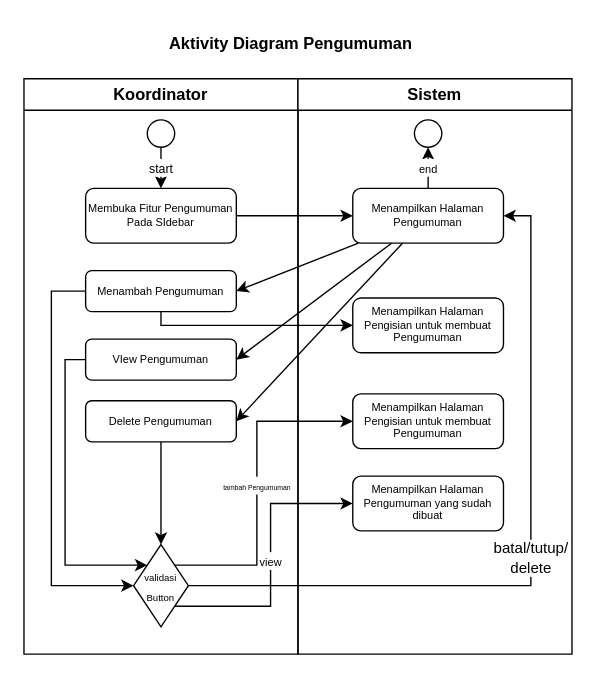
Earlier version of the draw.io diagram Website Bimbingan Online/Activity Diagram/aktifitas Diagram-pengumuman.drawio (BagusCPaste/draw.io). Source tidied: cells renumbered, new cells numbered last; positions are measured from the earlier drawing's top-left corner, leaving out a move shared by most shapes. Both pictures are drawn from the tidied source at 137%, with x=0, y=0 at pixel (23, 23).
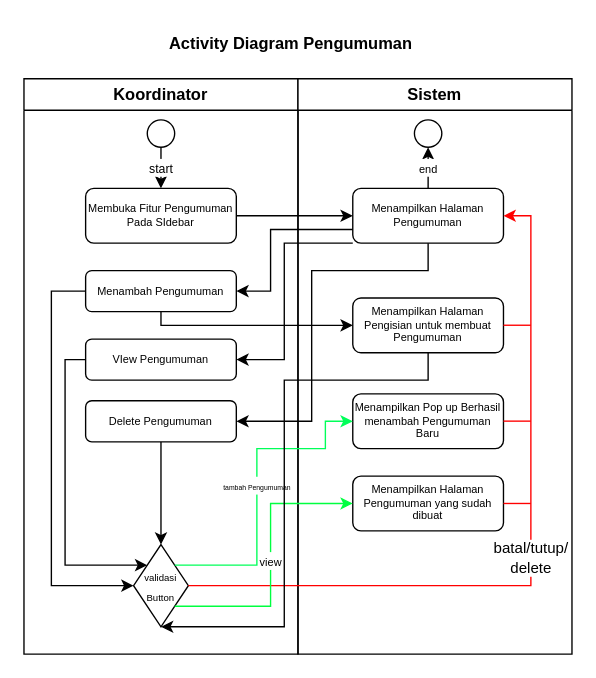
Above is the later version.

Unchanged cells that the change refers to:
```xml
<mxCell id="7" value="Menambah Pengumuman" style="rounded=1;whiteSpace=wrap;html=1;fontSize=8;" parent="2" vertex="1">
  <mxGeometry x="45" y="140" width="110" height="30" as="geometry" />
</mxCell>
<mxCell id="9" value="VIew Pengumuman" style="rounded=1;whiteSpace=wrap;html=1;fontSize=8;" parent="2" vertex="1">
  <mxGeometry x="45" y="190" width="110" height="30" as="geometry" />
</mxCell>
<mxCell id="11" value="Delete Pengumuman" style="rounded=1;whiteSpace=wrap;html=1;fontSize=8;" parent="2" vertex="1">
  <mxGeometry x="45" y="235" width="110" height="30" as="geometry" />
</mxCell>
<mxCell id="12" value="&lt;font style=&quot;font-size: 7px;&quot;&gt;validasi Button&lt;/font&gt;" style="rhombus;whiteSpace=wrap;html=1;" parent="2" vertex="1">
  <mxGeometry x="80" y="340" width="40" height="60" as="geometry" />
</mxCell>
<mxCell id="13" value="Sistem" style="swimlane;whiteSpace=wrap;html=1;" parent="1" vertex="1">
  <mxGeometry x="200" y="40" width="200" height="420" as="geometry" />
</mxCell>
<mxCell id="15" value="Menampilkan Halaman Pengumuman" style="rounded=1;whiteSpace=wrap;html=1;fontSize=8;" parent="13" vertex="1">
  <mxGeometry x="40" y="80" width="110" height="40" as="geometry" />
</mxCell>
<mxCell id="16" value="Menampilkan Halaman Pengisian untuk membuat Pengumuman" style="rounded=1;whiteSpace=wrap;html=1;fontSize=8;" parent="13" vertex="1">
  <mxGeometry x="40" y="160" width="110" height="40" as="geometry" />
</mxCell>
<mxCell id="18" value="Menampilkan Halaman Pengumuman yang sudah dibuat" style="rounded=1;whiteSpace=wrap;html=1;fontSize=8;" parent="13" vertex="1">
  <mxGeometry x="40" y="290" width="110" height="40" as="geometry" />
</mxCell>
```

The edit, as a diff of the source:
```diff
@@
-    <mxCell id="17" value="Menampilkan Halaman Pengisian untuk membuat Pengumuman" style="rounded=1;whiteSpace=wrap;html=1;fontSize=8;" parent="13" vertex="1">
+    <mxCell id="17" value="Menampilkan Pop up Berhasil menambah Pengumuman Baru" style="rounded=1;whiteSpace=wrap;html=1;fontSize=8;" parent="13" vertex="1">
       <mxGeometry x="40" y="230" width="110" height="40" as="geometry" />
     </mxCell>
@@
-    <mxCell id="19" value="batal/tutup/&lt;br&gt;delete" style="rounded=0;jettySize=auto;html=1;edgeStyle=orthogonalEdgeStyle;entryX=1;entryY=0.5;entryDx=0;entryDy=0;" parent="13" edge="1" target="15">
+    <mxCell id="19" value="batal/tutup/&lt;br&gt;delete" style="rounded=0;jettySize=auto;html=1;edgeStyle=orthogonalEdgeStyle;entryX=1;entryY=0.5;entryDx=0;entryDy=0;strokeColor=#ff0000;" parent="13" edge="1" target="15">
       <mxGeometry relative="1" as="geometry">
         <mxPoint x="-80" y="370" as="sourcePoint" />
         <Array as="points">
           <mxPoint x="170" y="370" />
           <mxPoint x="170" y="100" />
         </Array>
       </mxGeometry>
     </mxCell>
@@
+    <mxCell id="29" style="endArrow=none;html=1;rounded=0;strokeColor=#ff0000;" parent="13" edge="1" source="18">
+      <mxGeometry relative="1" as="geometry">
+        <mxPoint x="170" y="310" as="targetPoint" />
+      </mxGeometry>
+    </mxCell>
+    <mxCell id="30" style="endArrow=none;html=1;rounded=0;strokeColor=#ff0000;" parent="13" edge="1">
+      <mxGeometry relative="1" as="geometry">
+        <mxPoint x="150" y="249.9" as="sourcePoint" />
+        <mxPoint x="170" y="249.9" as="targetPoint" />
+      </mxGeometry>
+    </mxCell>
+    <mxCell id="31" style="endArrow=none;html=1;rounded=0;strokeColor=#ff0000;" parent="13" edge="1">
+      <mxGeometry relative="1" as="geometry">
+        <mxPoint x="150" y="179.9" as="sourcePoint" />
+        <mxPoint x="170" y="179.9" as="targetPoint" />
+      </mxGeometry>
+    </mxCell>
-    <mxCell id="21" value="&lt;b&gt;Aktivity Diagram Pengumuman&lt;/b&gt;" style="text;html=1;align=center;verticalAlign=middle;whiteSpace=wrap;rounded=0;" parent="1" vertex="1">
+    <mxCell id="21" value="&lt;b&gt;Activity Diagram Pengumuman&lt;/b&gt;" style="text;html=1;align=center;verticalAlign=middle;whiteSpace=wrap;rounded=0;" parent="1" vertex="1">
       <mxGeometry x="90" width="210" height="30" as="geometry" />
     </mxCell>
@@
-    <mxCell id="23" style="rounded=0;jettySize=auto;html=1;entryX=1;entryY=0.5;entryDx=0;entryDy=0;" parent="1" edge="1" source="15" target="7">
-      <mxGeometry relative="1" as="geometry" />
+    <mxCell id="23" style="rounded=0;jettySize=auto;html=1;entryX=1;entryY=0.5;entryDx=0;entryDy=0;edgeStyle=orthogonalEdgeStyle;" parent="1" edge="1" source="15" target="7">
+      <mxGeometry relative="1" as="geometry">
+        <Array as="points">
+          <mxPoint x="180" y="150" />
+          <mxPoint x="180" y="195" />
+        </Array>
+      </mxGeometry>
     </mxCell>
@@
-    <mxCell id="25" style="rounded=0;jettySize=auto;html=1;entryX=1;entryY=0.5;entryDx=0;entryDy=0;" parent="1" edge="1" source="15" target="9">
-      <mxGeometry relative="1" as="geometry" />
+    <mxCell id="25" style="rounded=0;jettySize=auto;html=1;entryX=1;entryY=0.5;entryDx=0;entryDy=0;edgeStyle=orthogonalEdgeStyle;" parent="1" edge="1" source="15" target="9">
+      <mxGeometry relative="1" as="geometry">
+        <Array as="points">
+          <mxPoint x="190" y="160" />
+          <mxPoint x="190" y="245" />
+        </Array>
+      </mxGeometry>
     </mxCell>
-    <mxCell id="26" style="rounded=0;jettySize=auto;html=1;entryX=1;entryY=0.5;entryDx=0;entryDy=0;" parent="1" edge="1" source="15" target="11">
-      <mxGeometry relative="1" as="geometry" />
+    <mxCell id="26" style="rounded=0;jettySize=auto;html=1;entryX=1;entryY=0.5;entryDx=0;entryDy=0;edgeStyle=orthogonalEdgeStyle;" parent="1" edge="1" source="15" target="11">
+      <mxGeometry relative="1" as="geometry">
+        <Array as="points">
+          <mxPoint x="295" y="180" />
+          <mxPoint x="210" y="180" />
+          <mxPoint x="210" y="290" />
+        </Array>
+      </mxGeometry>
     </mxCell>
-    <mxCell id="27" value="&lt;font style=&quot;font-size: 5px;&quot;&gt;tambah Pengumuman&lt;/font&gt;" style="edgeStyle=orthogonalEdgeStyle;rounded=0;jettySize=auto;html=1;exitX=1;exitY=0;exitDx=0;exitDy=0;entryX=0;entryY=0.5;entryDx=0;entryDy=0;" parent="1" edge="1" source="12" target="17">
+    <mxCell id="27" value="&lt;font style=&quot;font-size: 5px;&quot;&gt;tambah Pengumuman&lt;/font&gt;" style="edgeStyle=orthogonalEdgeStyle;rounded=0;jettySize=auto;html=1;exitX=1;exitY=0;exitDx=0;exitDy=0;entryX=0;entryY=0.5;entryDx=0;entryDy=0;strokeColor=#00ff59;" parent="1" edge="1" source="12" target="17">
       <mxGeometry relative="1" as="geometry">
         <Array as="points">
           <mxPoint x="170" y="395" />
-          <mxPoint x="170" y="290" />
+          <mxPoint x="170" y="310" />
+          <mxPoint x="220" y="310" />
+          <mxPoint x="220" y="290" />
         </Array>
       </mxGeometry>
     </mxCell>
-    <mxCell id="28" value="&lt;font style=&quot;font-size: 8px;&quot;&gt;view&lt;/font&gt;" style="edgeStyle=orthogonalEdgeStyle;rounded=0;jettySize=auto;html=1;exitX=1;exitY=1;exitDx=0;exitDy=0;entryX=0;entryY=0.5;entryDx=0;entryDy=0;" parent="1" edge="1" source="12" target="18">
+    <mxCell id="28" value="&lt;font style=&quot;font-size: 8px;&quot;&gt;view&lt;/font&gt;" style="edgeStyle=orthogonalEdgeStyle;rounded=0;jettySize=auto;html=1;exitX=1;exitY=1;exitDx=0;exitDy=0;entryX=0;entryY=0.5;entryDx=0;entryDy=0;strokeColor=#00ff40;" parent="1" edge="1" source="12" target="18">
       <mxGeometry relative="1" as="geometry" />
     </mxCell>
+    <mxCell id="32" style="edgeStyle=orthogonalEdgeStyle;rounded=0;jettySize=auto;html=1;" parent="1" edge="1" source="16" target="12">
+      <mxGeometry relative="1" as="geometry">
+        <Array as="points">
+          <mxPoint x="295" y="260" />
+          <mxPoint x="190" y="260" />
+          <mxPoint x="190" y="440" />
+        </Array>
+      </mxGeometry>
+    </mxCell>
```
